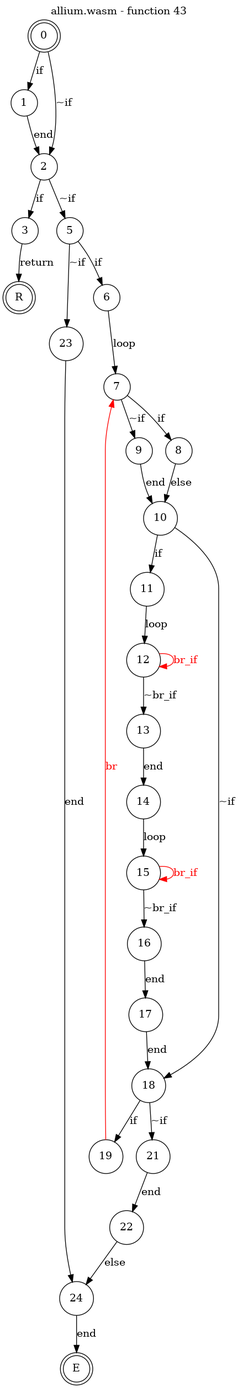
Before: test_cases/allium/funcs/allium-func43.png, a diagram exported from Graphviz (jsCarleton/wanalyze). Its source is kept beside it as test_cases/allium/funcs/allium-func43.dot.
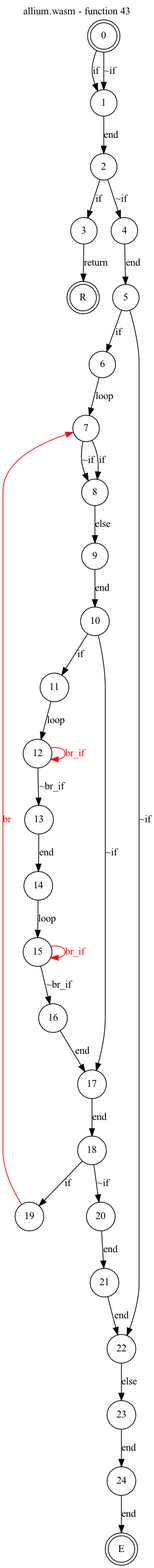
Later version of the same file.

Diff of the diagram source:
```diff
@@ -7,21 +7,21 @@
     node [shape = doublecircle]; 0 E R ;
     node [shape = circle];
     0 -> 1[label="if"];
-    0 -> 2[label="~if"];
+    0 -> 1[label="~if"];
     1 -> 2[label="end"];
     2 -> 3[label="if"];
-    2 -> 5[label="~if"];
+    2 -> 4[label="~if"];
     3 -> R[label="return"];
     4 -> 5[label="end"];
     5 -> 6[label="if"];
-    5 -> 23[label="~if"];
+    5 -> 22[label="~if"];
     6 -> 7[label="loop"];
     7 -> 8[label="if"];
-    7 -> 9[label="~if"];
-    8 -> 10[label="else"];
+    7 -> 8[label="~if"];
+    8 -> 9[label="else"];
     9 -> 10[label="end"];
     10 -> 11[label="if"];
-    10 -> 18[label="~if"];
+    10 -> 17[label="~if"];
     11 -> 12[label="loop"];
     12 -> 13[label="~br_if"];
     12 -> 12[color="red" fontcolor="red" label="br_if"];
@@ -32,11 +32,11 @@
     16 -> 17[label="end"];
     17 -> 18[label="end"];
     18 -> 19[label="if"];
-    18 -> 21[label="~if"];
+    18 -> 20[label="~if"];
     19 -> 7[color="red" fontcolor="red" label="br"];
     20 -> 21[label="end"];
     21 -> 22[label="end"];
-    22 -> 24[label="else"];
+    22 -> 23[label="else"];
     23 -> 24[label="end"];
     24 -> E[label="end"];
 }
```
